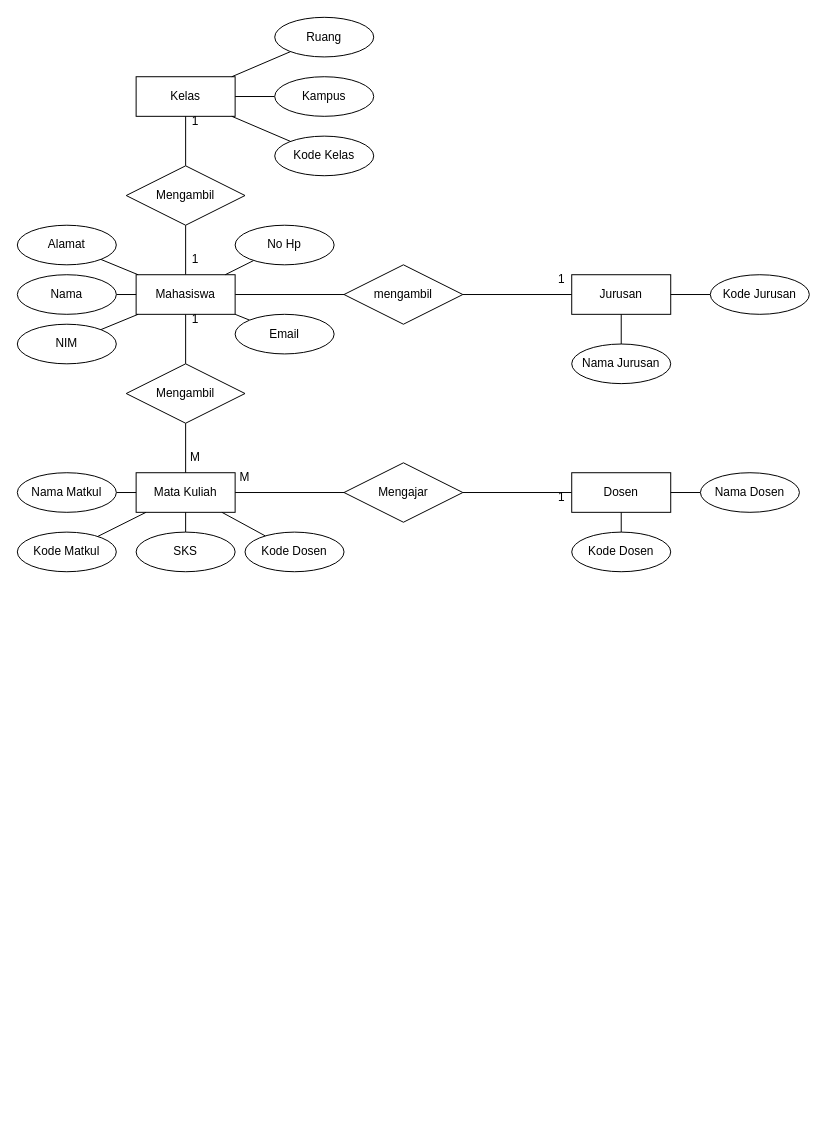
Above: BD UTS.drawio in afsalap/Algoritma-Sesi2-Af (draw.io), before the change. Source tidied: cells renumbered, new cells numbered last; positions are measured from the earlier drawing's top-left corner, leaving out a move shared by most shapes. Both pictures are drawn from the tidied source at 99%, with x=0, y=0 at pixel (17, 17).
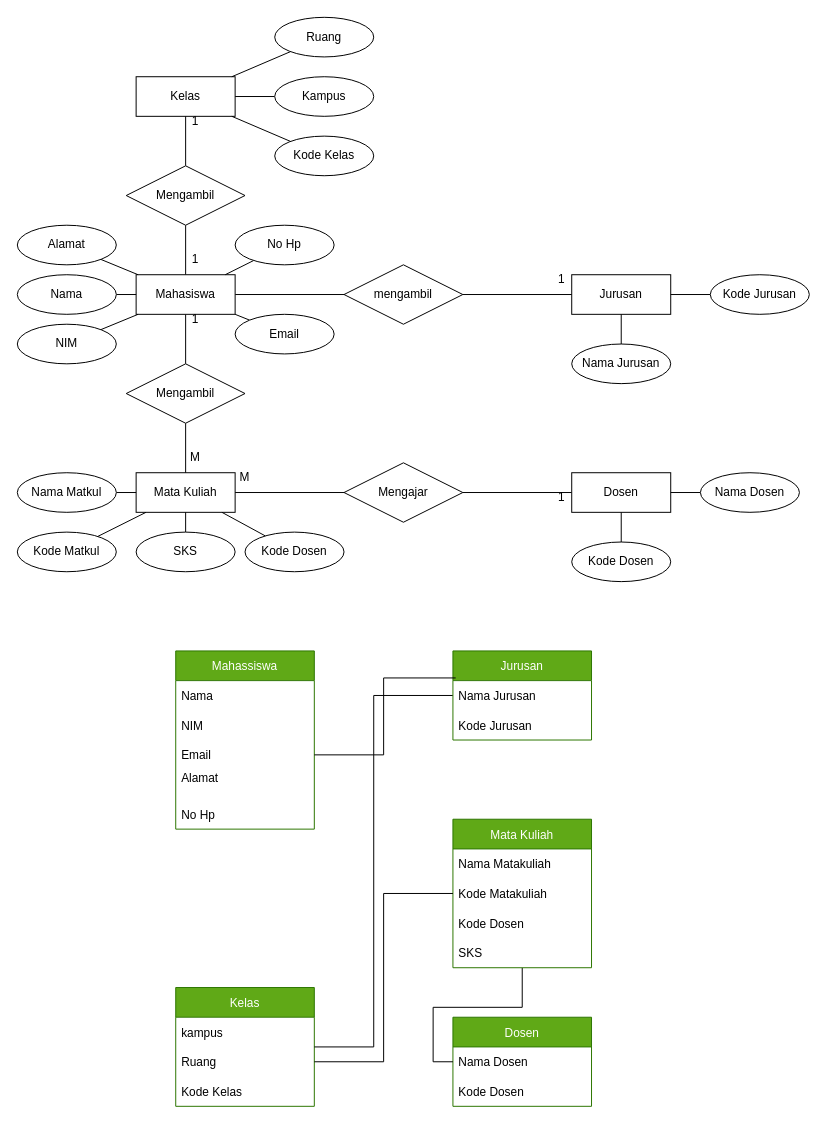
Above is the later version.

What changed in the source:
```diff
@@
     <mxCell id="43" value="Kode Dosen" style="ellipse;whiteSpace=wrap;html=1;align=center;labelBackgroundColor=default;" parent="1" vertex="1">
-      <mxGeometry x="560" y="520" width="100" height="40" as="geometry" />
+      <mxGeometry x="560" y="530" width="100" height="40" as="geometry" />
     </mxCell>
@@
+    <mxCell id="58" value="Mahassiswa" style="swimlane;fontStyle=0;horizontal=1;startSize=30;labelBackgroundColor=none;swimlaneFillColor=default;gradientDirection=east;fillColor=#60a917;fontColor=#ffffff;strokeColor=#2D7600;" parent="1" vertex="1">
+      <mxGeometry x="160" y="640" width="140" height="180" as="geometry" />
+    </mxCell>
+    <mxCell id="59" value="Nama" style="text;strokeColor=none;fillColor=none;align=left;verticalAlign=middle;spacingLeft=4;spacingRight=4;overflow=hidden;labelBackgroundColor=default;" parent="58" vertex="1">
+      <mxGeometry y="30" width="140" height="30" as="geometry" />
+    </mxCell>
+    <mxCell id="60" value="NIM" style="text;strokeColor=none;fillColor=none;align=left;verticalAlign=middle;spacingLeft=4;spacingRight=4;overflow=hidden;labelBackgroundColor=default;" parent="58" vertex="1">
+      <mxGeometry y="60" width="140" height="30" as="geometry" />
+    </mxCell>
+    <mxCell id="61" value="Email" style="text;strokeColor=none;fillColor=none;align=left;verticalAlign=middle;spacingLeft=4;spacingRight=4;overflow=hidden;points=[[0,0.5],[1,0.5]];portConstraint=eastwest;labelBackgroundColor=default;" parent="58" vertex="1">
+      <mxGeometry y="90" width="140" height="30" as="geometry" />
+    </mxCell>
+    <mxCell id="62" value="Alamat    &#10;" style="text;strokeColor=none;fillColor=none;align=left;verticalAlign=middle;spacingLeft=4;spacingRight=4;overflow=hidden;labelBackgroundColor=default;" parent="58" vertex="1">
+      <mxGeometry y="120" width="140" height="30" as="geometry" />
+    </mxCell>
+    <mxCell id="63" value="No Hp" style="text;strokeColor=none;fillColor=none;align=left;verticalAlign=middle;spacingLeft=4;spacingRight=4;overflow=hidden;labelBackgroundColor=default;" parent="58" vertex="1">
+      <mxGeometry y="150" width="140" height="30" as="geometry" />
+    </mxCell>
+    <mxCell id="64" value="Dosen" style="swimlane;fontStyle=0;horizontal=1;startSize=30;labelBackgroundColor=none;swimlaneFillColor=default;gradientDirection=east;fillColor=#60a917;fontColor=#ffffff;strokeColor=#2D7600;" parent="1" vertex="1">
+      <mxGeometry x="440" y="1010" width="140" height="90" as="geometry" />
+    </mxCell>
+    <mxCell id="65" value="Nama Dosen" style="text;strokeColor=none;fillColor=none;align=left;verticalAlign=middle;spacingLeft=4;spacingRight=4;overflow=hidden;points=[[0,0.5],[1,0.5]];portConstraint=eastwest;labelBackgroundColor=default;" parent="64" vertex="1">
+      <mxGeometry y="30" width="140" height="30" as="geometry" />
+    </mxCell>
+    <mxCell id="66" value="Kode Dosen" style="text;strokeColor=none;fillColor=none;align=left;verticalAlign=middle;spacingLeft=4;spacingRight=4;overflow=hidden;labelBackgroundColor=default;" parent="64" vertex="1">
+      <mxGeometry y="60" width="140" height="30" as="geometry" />
+    </mxCell>
+    <mxCell id="67" value="Kelas" style="swimlane;fontStyle=0;horizontal=1;startSize=30;labelBackgroundColor=none;swimlaneFillColor=default;gradientDirection=east;fillColor=#60a917;fontColor=#ffffff;strokeColor=#2D7600;" parent="1" vertex="1">
+      <mxGeometry x="160" y="980" width="140" height="120" as="geometry" />
+    </mxCell>
+    <mxCell id="68" value="kampus" style="text;strokeColor=none;fillColor=none;align=left;verticalAlign=middle;spacingLeft=4;spacingRight=4;overflow=hidden;labelBackgroundColor=default;" parent="67" vertex="1">
+      <mxGeometry y="30" width="140" height="30" as="geometry" />
+    </mxCell>
+    <mxCell id="69" value="Ruang" style="text;strokeColor=none;fillColor=none;align=left;verticalAlign=middle;spacingLeft=4;spacingRight=4;overflow=hidden;points=[[0,0.5],[1,0.5]];portConstraint=eastwest;labelBackgroundColor=default;" parent="67" vertex="1">
+      <mxGeometry y="60" width="140" height="30" as="geometry" />
+    </mxCell>
+    <mxCell id="70" value="Kode Kelas" style="text;strokeColor=none;fillColor=none;align=left;verticalAlign=middle;spacingLeft=4;spacingRight=4;overflow=hidden;labelBackgroundColor=default;" parent="67" vertex="1">
+      <mxGeometry y="90" width="140" height="30" as="geometry" />
+    </mxCell>
+    <mxCell id="71" style="edgeStyle=orthogonalEdgeStyle;rounded=0;jettySize=auto;html=1;entryX=0;entryY=0.5;entryDx=0;entryDy=0;endArrow=none;endFill=0;" parent="1" edge="1" source="72" target="65">
+      <mxGeometry relative="1" as="geometry" />
+    </mxCell>
+    <mxCell id="72" value="Mata Kuliah" style="swimlane;fontStyle=0;horizontal=1;startSize=30;labelBackgroundColor=none;swimlaneFillColor=default;gradientDirection=east;fillColor=#60a917;fontColor=#ffffff;strokeColor=#2D7600;" parent="1" vertex="1">
+      <mxGeometry x="440" y="810" width="140" height="150" as="geometry" />
+    </mxCell>
+    <mxCell id="73" value="Nama Matakuliah" style="text;strokeColor=none;fillColor=none;align=left;verticalAlign=middle;spacingLeft=4;spacingRight=4;overflow=hidden;labelBackgroundColor=default;" parent="72" vertex="1">
+      <mxGeometry y="30" width="140" height="30" as="geometry" />
+    </mxCell>
+    <mxCell id="74" value="Kode Matakuliah" style="text;strokeColor=none;fillColor=none;align=left;verticalAlign=middle;spacingLeft=4;spacingRight=4;overflow=hidden;points=[[0,0.5],[1,0.5]];portConstraint=eastwest;labelBackgroundColor=default;" parent="72" vertex="1">
+      <mxGeometry y="60" width="140" height="30" as="geometry" />
+    </mxCell>
+    <mxCell id="75" value="Kode Dosen" style="text;strokeColor=none;fillColor=none;align=left;verticalAlign=middle;spacingLeft=4;spacingRight=4;overflow=hidden;labelBackgroundColor=default;" parent="72" vertex="1">
+      <mxGeometry y="90" width="140" height="30" as="geometry" />
+    </mxCell>
+    <mxCell id="76" value="SKS" style="text;strokeColor=none;fillColor=none;align=left;verticalAlign=middle;spacingLeft=4;spacingRight=4;overflow=hidden;labelBackgroundColor=default;" parent="72" vertex="1">
+      <mxGeometry y="120" width="140" height="30" as="geometry" />
+    </mxCell>
+    <mxCell id="77" style="edgeStyle=orthogonalEdgeStyle;rounded=0;jettySize=auto;html=1;endArrow=none;endFill=0;" parent="1" edge="1" source="78" target="67">
+      <mxGeometry relative="1" as="geometry">
+        <Array as="points">
+          <mxPoint x="360" y="685" />
+          <mxPoint x="360" y="1040" />
+        </Array>
+      </mxGeometry>
+    </mxCell>
+    <mxCell id="78" value="Jurusan" style="swimlane;fontStyle=0;horizontal=1;startSize=30;labelBackgroundColor=none;swimlaneFillColor=default;gradientDirection=east;fillColor=#60a917;fontColor=#ffffff;strokeColor=#2D7600;" parent="1" vertex="1">
+      <mxGeometry x="440" y="640" width="140" height="90" as="geometry" />
+    </mxCell>
+    <mxCell id="79" value="Nama Jurusan" style="text;strokeColor=none;fillColor=none;align=left;verticalAlign=middle;spacingLeft=4;spacingRight=4;overflow=hidden;points=[[0,0.5],[1,0.5]];portConstraint=eastwest;labelBackgroundColor=default;" parent="78" vertex="1">
+      <mxGeometry y="30" width="140" height="30" as="geometry" />
+    </mxCell>
+    <mxCell id="80" value="Kode Jurusan" style="text;strokeColor=none;fillColor=none;align=left;verticalAlign=middle;spacingLeft=4;spacingRight=4;overflow=hidden;labelBackgroundColor=default;" parent="78" vertex="1">
+      <mxGeometry y="60" width="140" height="30" as="geometry" />
+    </mxCell>
+    <mxCell id="81" style="edgeStyle=orthogonalEdgeStyle;rounded=0;jettySize=auto;html=1;endArrow=none;endFill=0;entryX=0.02;entryY=-0.09;entryDx=0;entryDy=0;entryPerimeter=0;" parent="1" edge="1" source="61" target="79">
+      <mxGeometry relative="1" as="geometry" />
+    </mxCell>
+    <mxCell id="82" style="edgeStyle=orthogonalEdgeStyle;rounded=0;jettySize=auto;html=1;endArrow=none;endFill=0;" parent="1" edge="1" source="69" target="74">
+      <mxGeometry relative="1" as="geometry" />
+    </mxCell>
```
